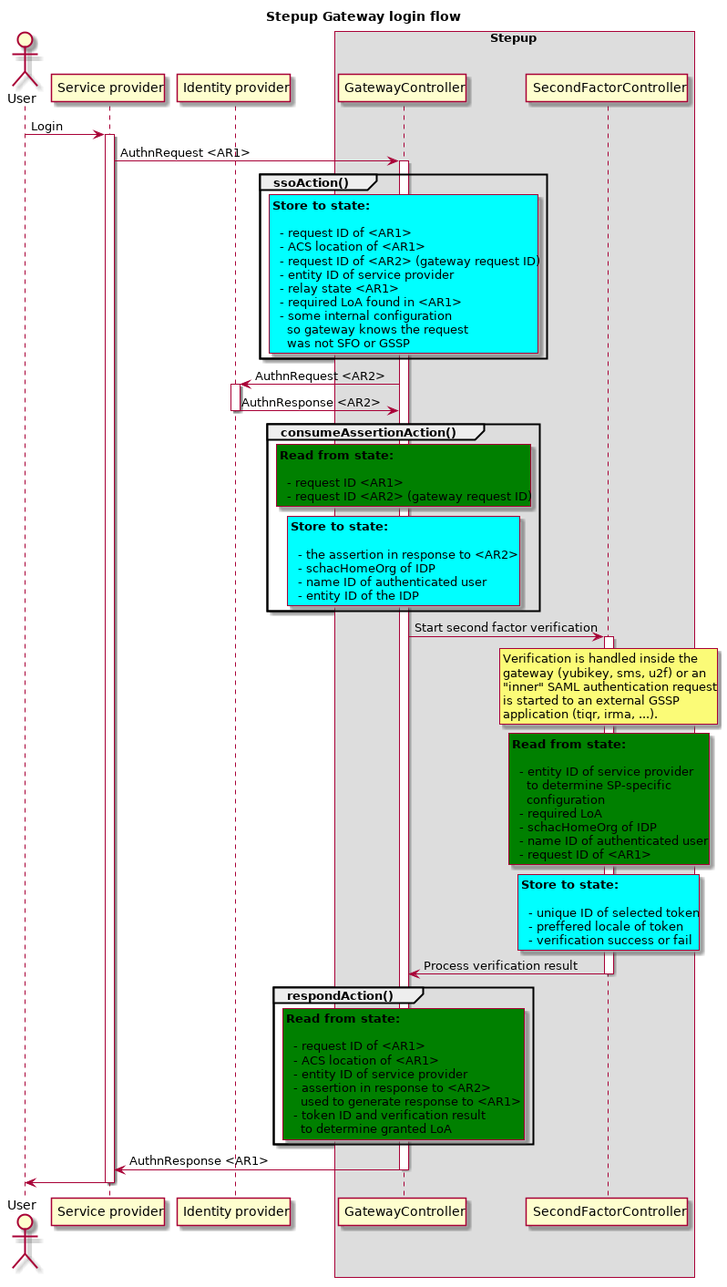
Above: docs/diagrams/gateway-state-login-flow.png in OpenConext/Stepup-Gateway (PlantUML), before the change.
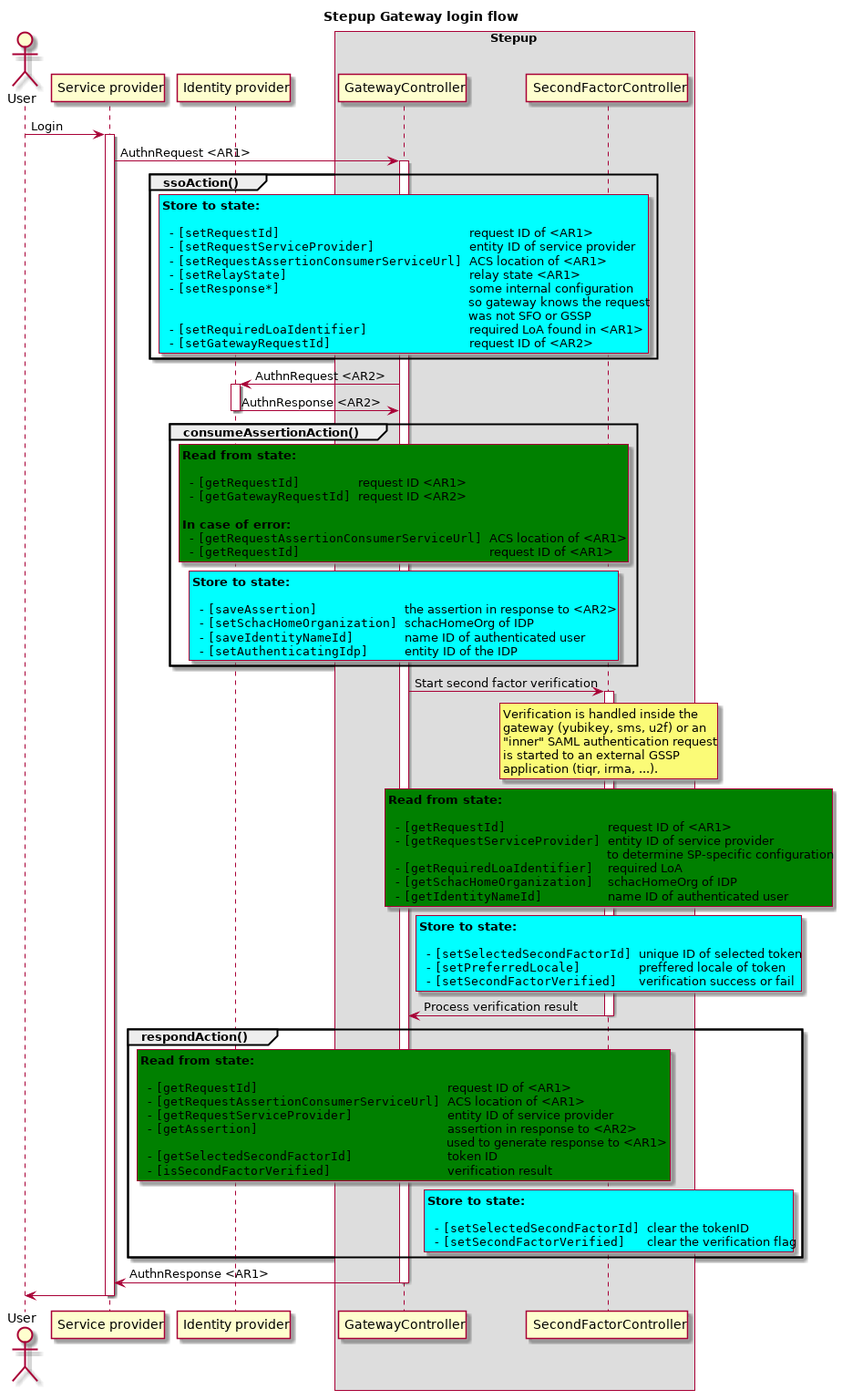
Above is the later version.

Commit message:
Gateway state documentation update

Change to the diagram source:
```diff
@@ -20,15 +20,15 @@
             rnote over GW #aqua
             **Store to state:**
 
-              - request ID of <AR1>
-              - ACS location of <AR1>
-              - request ID of <AR2> (gateway request ID)
-              - entity ID of service provider
-              - relay state <AR1>
-              - required LoA found in <AR1>
-              - some internal configuration
-                so gateway knows the request
-                was not SFO or GSSP
+              - ""[setRequestId]                          ""request ID of <AR1>
+              - ""[setRequestServiceProvider]             ""entity ID of service provider
+              - ""[setRequestAssertionConsumerServiceUrl] ""ACS location of <AR1>
+              - ""[setRelayState]                         ""relay state <AR1>
+              - ""[setResponse*]                          ""some internal configuration
+                ""                                        ""so gateway knows the request
+                ""                                        ""was not SFO or GSSP
+              - ""[setRequiredLoaIdentifier]              ""required LoA found in <AR1>
+              - ""[setGatewayRequestId]                   ""request ID of <AR2>
             end note
         end
 
@@ -41,17 +41,21 @@
             rnote over GW #green
             **Read from state:**
 
-              - request ID <AR1>
-              - request ID <AR2> (gateway request ID)
+              - ""[getRequestId]        ""request ID <AR1>
+              - ""[getGatewayRequestId] ""request ID <AR2>
+
+            **In case of error:**
+              - ""[getRequestAssertionConsumerServiceUrl] ""ACS location of <AR1>
+              - ""[getRequestId]                          ""request ID of <AR1>
             end note
 
             rnote over GW #aqua
             **Store to state:**
 
-              - the assertion in response to <AR2>
-              - schacHomeOrg of IDP
-              - name ID of authenticated user
-              - entity ID of the IDP
+              - ""[saveAssertion]            ""the assertion in response to <AR2>
+              - ""[setSchacHomeOrganization] ""schacHomeOrg of IDP
+              - ""[saveIdentityNameId]       ""name ID of authenticated user
+              - ""[setAuthenticatingIdp]     ""entity ID of the IDP
             end note
         end
 
@@ -67,21 +71,20 @@
             rnote over SF #green
             **Read from state:**
 
-              - entity ID of service provider
-                to determine SP-specific
-                configuration
-              - required LoA
-              - schacHomeOrg of IDP
-              - name ID of authenticated user
-              - request ID of <AR1>
+              - ""[getRequestId]              ""request ID of <AR1>
+              - ""[getRequestServiceProvider] ""entity ID of service provider
+                ""                            ""to determine SP-specific configuration
+              - ""[getRequiredLoaIdentifier]  ""required LoA
+              - ""[getSchacHomeOrganization]  ""schacHomeOrg of IDP
+              - ""[getIdentityNameId]         ""name ID of authenticated user
             end note
 
             rnote over SF #aqua
             **Store to state:**
 
-              - unique ID of selected token
-              - preffered locale of token
-              - verification success or fail
+              - ""[setSelectedSecondFactorId] ""unique ID of selected token
+              - ""[setPreferredLocale]        ""preffered locale of token
+              - ""[setSecondFactorVerified]   ""verification success or fail
             end note
 
             SF -> GW: Process verification result
@@ -91,14 +94,22 @@
             rnote over GW #green
             **Read from state:**
 
-              - request ID of <AR1>
-              - ACS location of <AR1>
-              - entity ID of service provider
-              - assertion in response to <AR2>
-                used to generate response to <AR1>
-              - token ID and verification result
-                to determine granted LoA
+              - ""[getRequestId]                          ""request ID of <AR1>
+              - ""[getRequestAssertionConsumerServiceUrl] ""ACS location of <AR1>
+              - ""[getRequestServiceProvider]             ""entity ID of service provider
+              - ""[getAssertion]                          ""assertion in response to <AR2>
+                ""                                        ""used to generate response to <AR1>
+              - ""[getSelectedSecondFactorId]             ""token ID
+              - ""[isSecondFactorVerified]                ""verification result
             end note
+
+            rnote over SF #aqua
+            **Store to state:**
+
+              - ""[setSelectedSecondFactorId] ""clear the tokenID
+              - ""[setSecondFactorVerified]   ""clear the verification flag
+            end note
+
         end
 
         GW -> SP: AuthnResponse <AR1>
```
